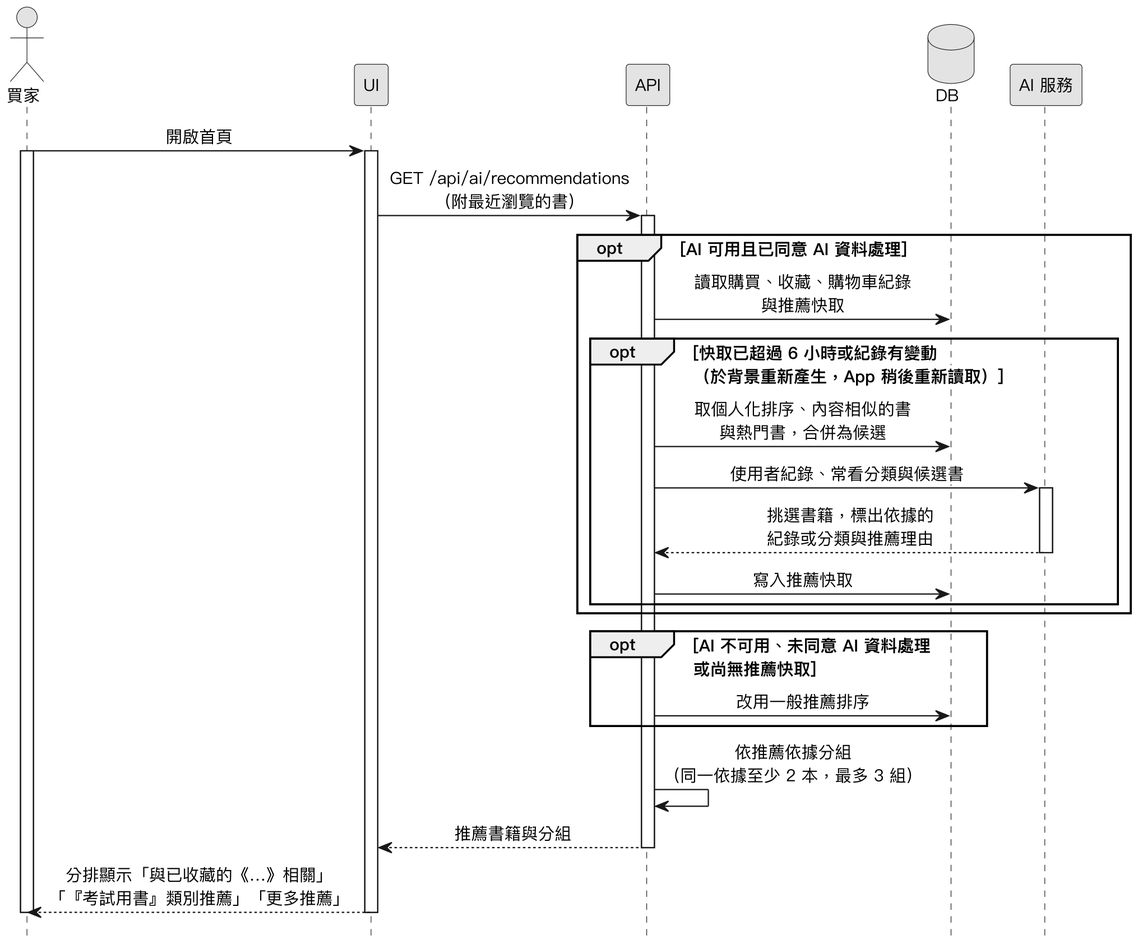
Above: Diagrams/Sequence Diagrams/v3/seq_recommend.png in SaveMyBook/SaveMyBook (PlantUML), before the change. Source of this version:
```plantuml
@startuml
skinparam monochrome true
skinparam shadowing false
skinparam dpi 220
skinparam defaultFontName "PingFang TC"
skinparam defaultFontSize 13
skinparam sequenceMessageAlign center
skinparam ParticipantPadding 18
hide footbox

actor 買家
participant UI
participant API
database DB
participant "AI 服務" as AI

買家 -> UI : 開啟首頁
activate 買家
activate UI
UI -> API : GET /api/ai/recommendations\n（附最近瀏覽的書）
activate API
opt AI 可用且已同意 AI 資料處理
  API -> DB : 讀取購買、收藏、購物車紀錄\n與推薦快取
  opt 快取已超過 6 小時或紀錄有變動\n（於背景重新產生，App 稍後重新讀取）
    API -> DB : 取個人化排序、內容相似的書\n與熱門書，合併為候選
    API -> AI : 使用者紀錄、常看分類與候選書
    activate AI
    AI --> API : 挑選書籍，標出依據的\n紀錄或分類與推薦理由
    deactivate AI
    API -> DB : 寫入推薦快取
  end
end
opt AI 不可用、未同意 AI 資料處理\n或尚無推薦快取
  API -> DB : 改用一般推薦排序
end
API -> API : 依推薦依據分組\n（同一依據至少 2 本，最多 3 組）
API --> UI : 推薦書籍與分組
deactivate API
UI --> 買家 : 分排顯示「與已收藏的《…》相關」\n「『考試用書』類別推薦」「更多推薦」
deactivate UI
deactivate 買家
@enduml
```
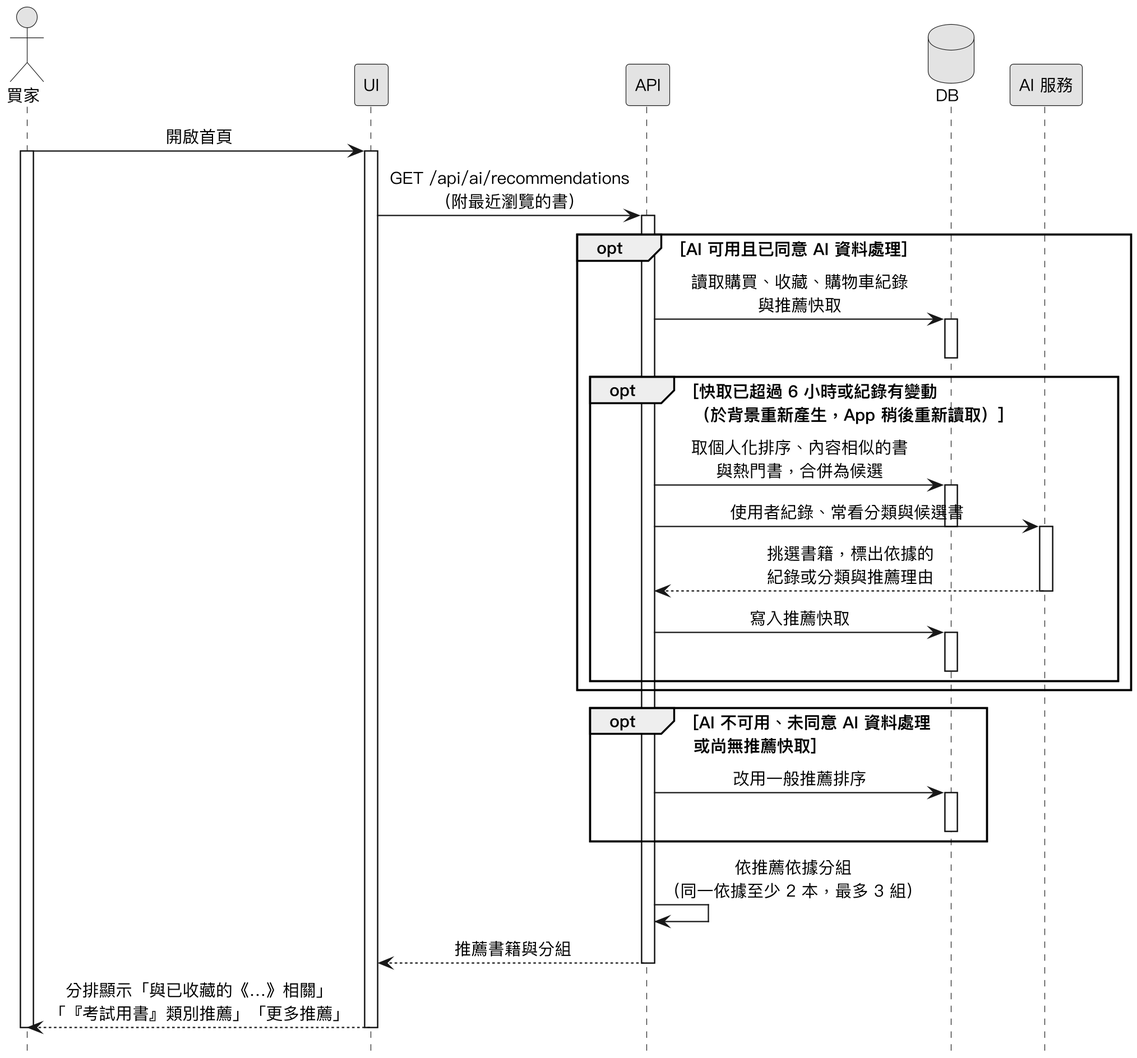
Above is the later version.

The edit, as a diff of the source:
```diff
@@ -20,18 +20,23 @@
 UI -> API : GET /api/ai/recommendations\n（附最近瀏覽的書）
 activate API
 opt AI 可用且已同意 AI 資料處理
-  API -> DB : 讀取購買、收藏、購物車紀錄\n與推薦快取
+  API -> DB ++ : 讀取購買、收藏、購物車紀錄\n與推薦快取
+  deactivate DB
   opt 快取已超過 6 小時或紀錄有變動\n（於背景重新產生，App 稍後重新讀取）
     API -> DB : 取個人化排序、內容相似的書\n與熱門書，合併為候選
+    activate DB
     API -> AI : 使用者紀錄、常看分類與候選書
+    deactivate DB
     activate AI
     AI --> API : 挑選書籍，標出依據的\n紀錄或分類與推薦理由
     deactivate AI
-    API -> DB : 寫入推薦快取
+    API -> DB ++ : 寫入推薦快取
+    deactivate DB
   end
 end
 opt AI 不可用、未同意 AI 資料處理\n或尚無推薦快取
-  API -> DB : 改用一般推薦排序
+  API -> DB ++ : 改用一般推薦排序
+  deactivate DB
 end
 API -> API : 依推薦依據分組\n（同一依據至少 2 本，最多 3 組）
 API --> UI : 推薦書籍與分組
```
